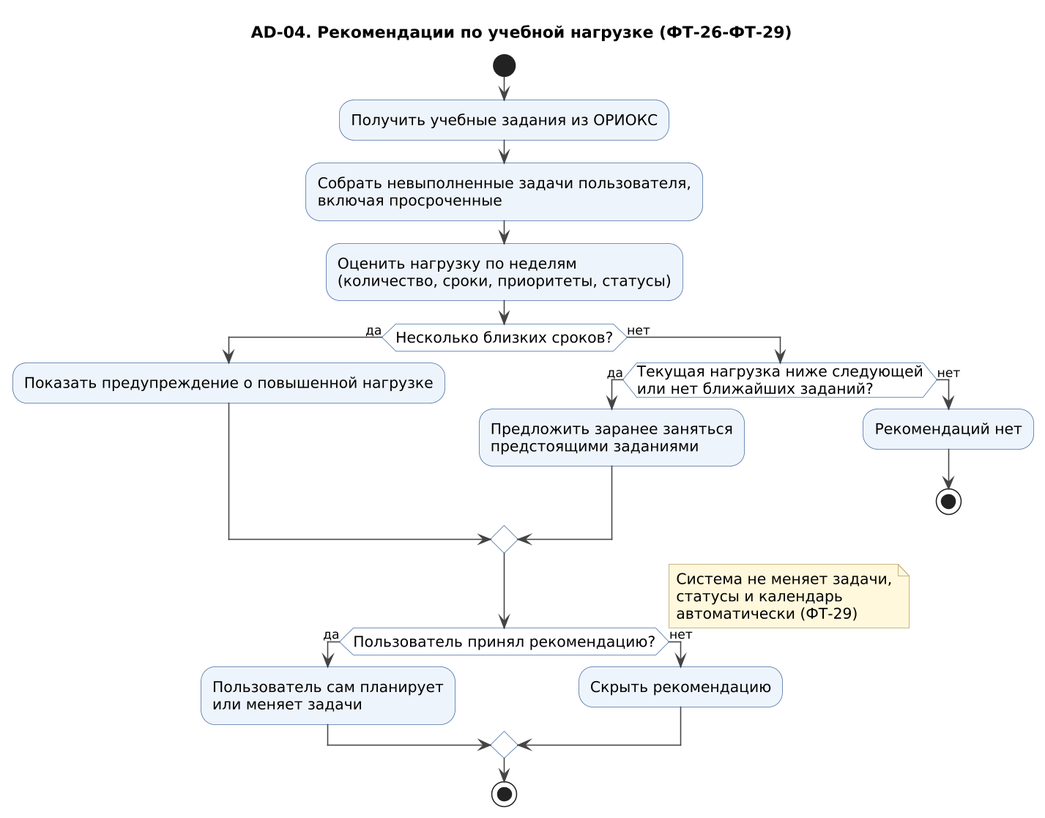
This is docs/uml/png/AD-04_nagruzka.png from freez044/kpo_project, a PlantUML export, as it was before one commit. Source of this version:
```plantuml
@startuml AD-04_nagruzka
!include style.iuml
title AD-04. Рекомендации по учебной нагрузке (ФТ-26-ФТ-29)
start
:Получить учебные задания из ОРИОКС;
:Собрать невыполненные задачи пользователя,
включая просроченные;
:Оценить нагрузку по неделям
(количество, сроки, приоритеты, статусы);
if (Несколько близких сроков?) then (да)
  :Показать предупреждение о повышенной нагрузке;
else (нет)
  if (Текущая нагрузка ниже следующей\nили нет ближайших заданий?) then (да)
    :Предложить заранее заняться
    предстоящими заданиями;
  else (нет)
    :Рекомендаций нет;
    stop
  endif
endif
if (Пользователь принял рекомендацию?) then (да)
  :Пользователь сам планирует
  или меняет задачи;
else (нет)
  :Скрыть рекомендацию;
endif
note right
  Система не меняет задачи,
  статусы и календарь
  автоматически (ФТ-29)
end note
stop
@enduml
```
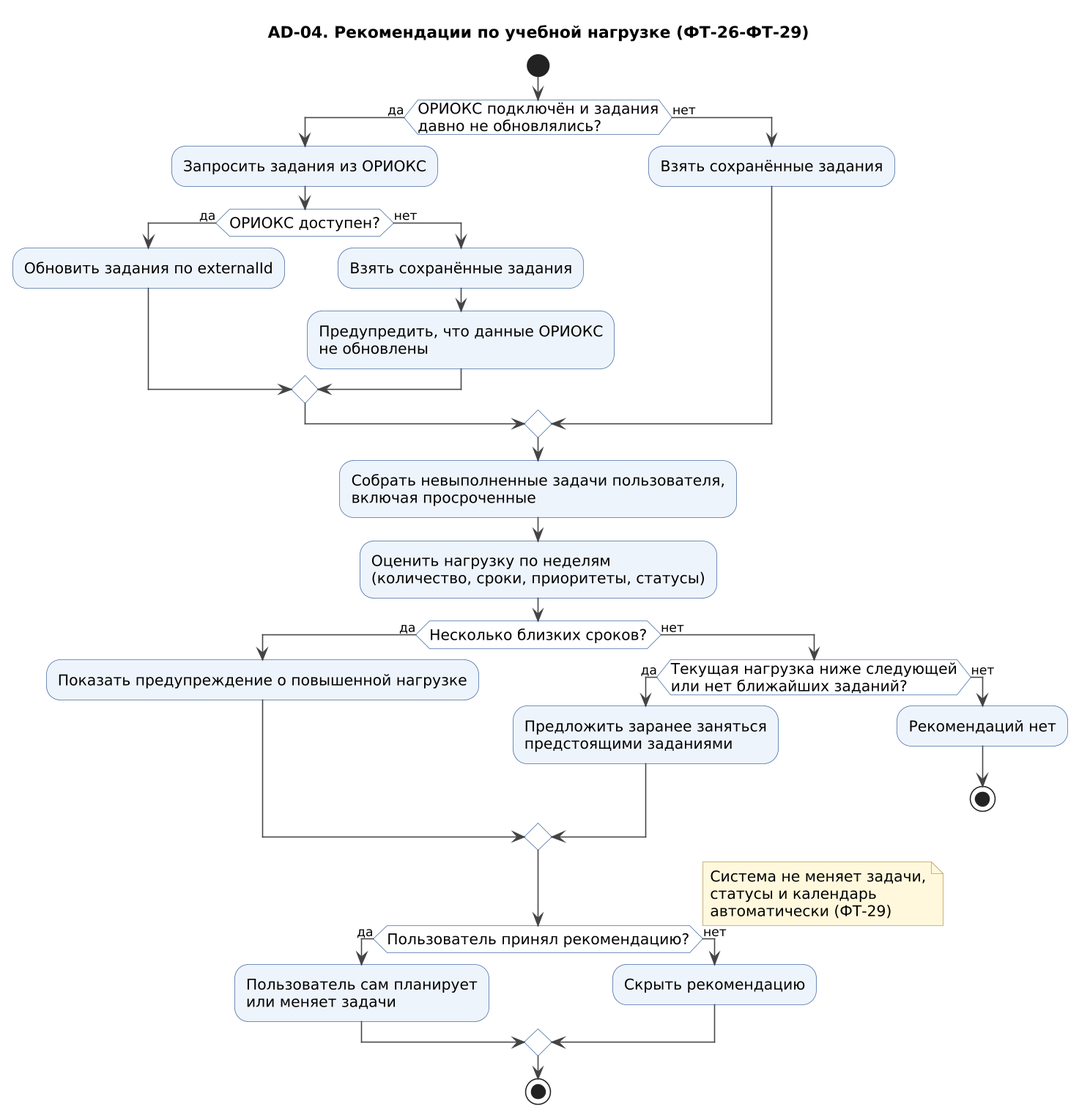
After the change.

Change to the diagram source:
```diff
@@ -2,7 +2,18 @@
 !include style.iuml
 title AD-04. Рекомендации по учебной нагрузке (ФТ-26-ФТ-29)
 start
-:Получить учебные задания из ОРИОКС;
+if (ОРИОКС подключён и задания\nдавно не обновлялись?) then (да)
+  :Запросить задания из ОРИОКС;
+  if (ОРИОКС доступен?) then (да)
+    :Обновить задания по externalId;
+  else (нет)
+    :Взять сохранённые задания;
+    :Предупредить, что данные ОРИОКС
+    не обновлены;
+  endif
+else (нет)
+  :Взять сохранённые задания;
+endif
 :Собрать невыполненные задачи пользователя,
 включая просроченные;
 :Оценить нагрузку по неделям
```
